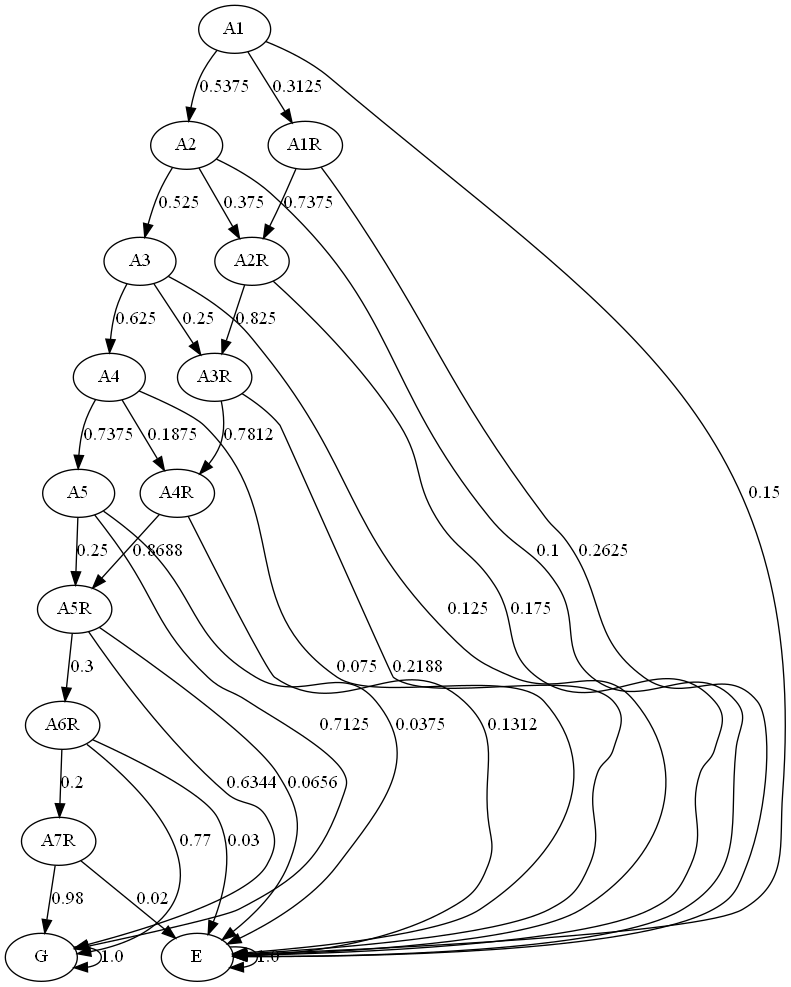
JulianaFerreira/educacao keeps this Graphviz diagram as graph/markov.png. Above is the earlier version. Its source is kept beside it as graph/markov.dot.
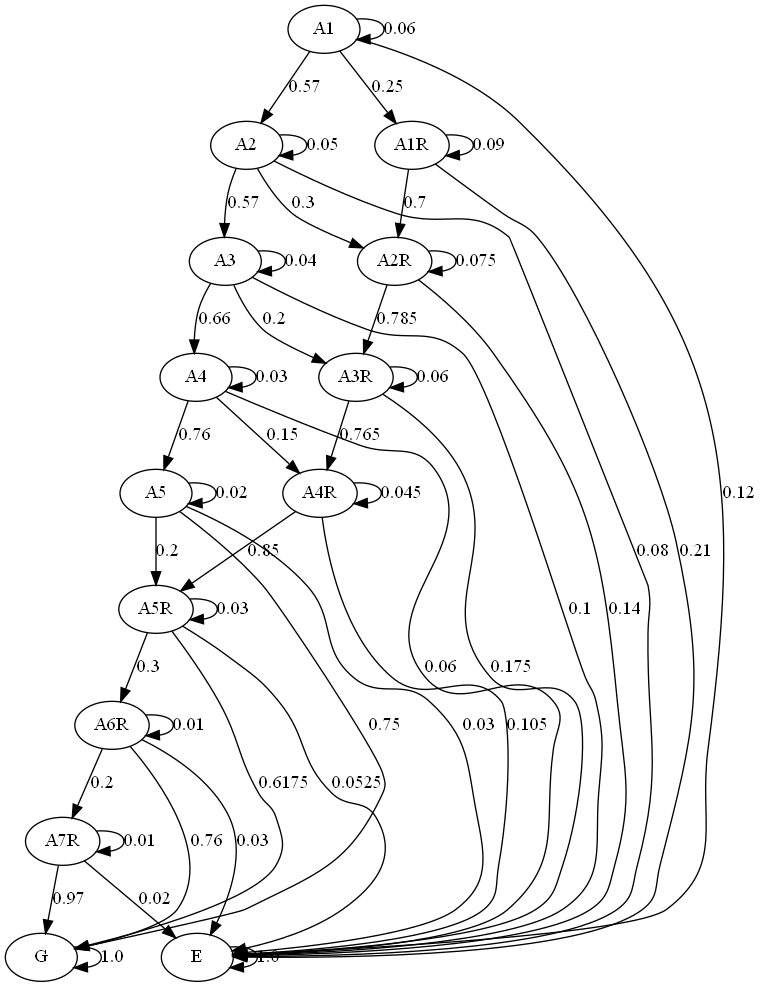
The same diagram one commit later.

Change to the diagram source:
```diff
@@ -13,36 +13,48 @@
 A7R;
 G;
 E;
-A1 -> A2  [key=0, label="0.5375", weight="0.5375"];
-A1 -> A1R  [key=0, label="0.3125", weight="0.3125"];
-A1 -> E  [key=0, label="0.15", weight="0.15"];
-A2 -> A3  [key=0, label="0.525", weight="0.525"];
-A2 -> A2R  [key=0, label="0.375", weight="0.375"];
-A2 -> E  [key=0, label="0.1", weight="0.1"];
-A3 -> A4  [key=0, label="0.625", weight="0.625"];
-A3 -> A3R  [key=0, label="0.25", weight="0.25"];
-A3 -> E  [key=0, label="0.125", weight="0.125"];
-A4 -> A5  [key=0, label="0.7375", weight="0.7375"];
-A4 -> A4R  [key=0, label="0.1875", weight="0.1875"];
-A4 -> E  [key=0, label="0.075", weight="0.075"];
-A5 -> A5R  [key=0, label="0.25", weight="0.25"];
-A5 -> G  [key=0, label="0.7125", weight="0.7125"];
-A5 -> E  [key=0, label="0.0375", weight="0.0375"];
-A1R -> A2R  [key=0, label="0.7375", weight="0.7375"];
-A1R -> E  [key=0, label="0.2625", weight="0.2625"];
-A2R -> A3R  [key=0, label="0.825", weight="0.825"];
-A2R -> E  [key=0, label="0.175", weight="0.175"];
-A3R -> A4R  [key=0, label="0.7812", weight="0.7812"];
-A3R -> E  [key=0, label="0.2188", weight="0.2188"];
-A4R -> A5R  [key=0, label="0.8688", weight="0.8688"];
-A4R -> E  [key=0, label="0.1312", weight="0.1312"];
+A1 -> A1  [key=0, label="0.06", weight="0.06"];
+A1 -> A2  [key=0, label="0.57", weight="0.57"];
+A1 -> A1R  [key=0, label="0.25", weight="0.25"];
+A1 -> E  [key=0, label="0.12", weight="0.12"];
+A2 -> A2  [key=0, label="0.05", weight="0.05"];
+A2 -> A3  [key=0, label="0.57", weight="0.57"];
+A2 -> A2R  [key=0, label="0.3", weight="0.3"];
+A2 -> E  [key=0, label="0.08", weight="0.08"];
+A3 -> A3  [key=0, label="0.04", weight="0.04"];
+A3 -> A4  [key=0, label="0.66", weight="0.66"];
+A3 -> A3R  [key=0, label="0.2", weight="0.2"];
+A3 -> E  [key=0, label="0.1", weight="0.1"];
+A4 -> A4  [key=0, label="0.03", weight="0.03"];
+A4 -> A5  [key=0, label="0.76", weight="0.76"];
+A4 -> A4R  [key=0, label="0.15", weight="0.15"];
+A4 -> E  [key=0, label="0.06", weight="0.06"];
+A5 -> A5  [key=0, label="0.02", weight="0.02"];
+A5 -> A5R  [key=0, label="0.2", weight="0.2"];
+A5 -> G  [key=0, label="0.75", weight="0.75"];
+A5 -> E  [key=0, label="0.03", weight="0.03"];
+A1R -> A1R  [key=0, label="0.09", weight="0.09"];
+A1R -> A2R  [key=0, label="0.7", weight="0.7"];
+A1R -> E  [key=0, label="0.21", weight="0.21"];
+A2R -> A2R  [key=0, label="0.075", weight="0.075"];
+A2R -> A3R  [key=0, label="0.785", weight="0.785"];
+A2R -> E  [key=0, label="0.14", weight="0.14"];
+A3R -> A3R  [key=0, label="0.06", weight="0.06"];
+A3R -> A4R  [key=0, label="0.765", weight="0.765"];
+A3R -> E  [key=0, label="0.175", weight="0.175"];
+A4R -> A4R  [key=0, label="0.045", weight="0.045"];
+A4R -> A5R  [key=0, label="0.85", weight="0.85"];
+A4R -> E  [key=0, label="0.105", weight="0.105"];
+A5R -> A5R  [key=0, label="0.03", weight="0.03"];
 A5R -> A6R  [key=0, label="0.3", weight="0.3"];
-A5R -> G  [key=0, label="0.6344", weight="0.6344"];
-A5R -> E  [key=0, label="0.0656", weight="0.0656"];
+A5R -> G  [key=0, label="0.6175", weight="0.6175"];
+A5R -> E  [key=0, label="0.0525", weight="0.0525"];
+A6R -> A6R  [key=0, label="0.01", weight="0.01"];
 A6R -> A7R  [key=0, label="0.2", weight="0.2"];
-A6R -> G  [key=0, label="0.77", weight="0.77"];
+A6R -> G  [key=0, label="0.76", weight="0.76"];
 A6R -> E  [key=0, label="0.03", weight="0.03"];
-A7R -> G  [key=0, label="0.98", weight="0.98"];
+A7R -> A7R  [key=0, label="0.01", weight="0.01"];
+A7R -> G  [key=0, label="0.97", weight="0.97"];
 A7R -> E  [key=0, label="0.02", weight="0.02"];
 G -> G  [key=0, label="1.0", weight="1.0"];
 E -> E  [key=0, label="1.0", weight="1.0"];
```
